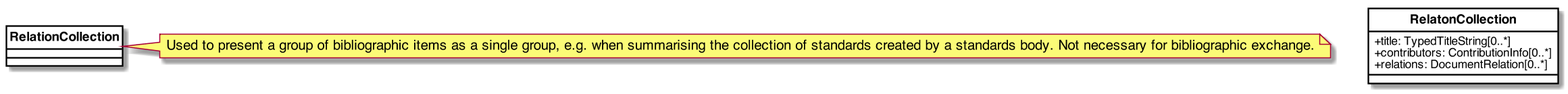
Before: images/RelBib_Collection.png, a diagram exported from PlantUML (relaton/relaton-models).
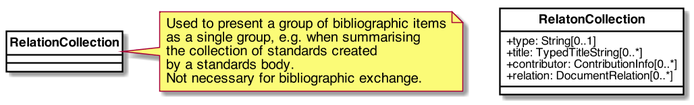
After the commit.

Diff of the diagram source:
```diff
@@ -42,12 +42,13 @@
 
 
 class RelatonCollection {
+    +type: String[0..1]
     +title: TypedTitleString[0..*]
-    +contributors: ContributionInfo[0..*]
-    +relations: DocumentRelation[0..*]
+    +contributor: ContributionInfo[0..*]
+    +relation: DocumentRelation[0..*]
 }
 
-note right of RelationCollection: Used to present a group of bibliographic items as a single group, e.g. when summarising the collection of standards created by a standards body. Not necessary for bibliographic exchange.
+note right of RelationCollection: Used to present a group of bibliographic items\nas a single group, e.g. when summarising\nthe collection of standards created\nby a standards body.\nNot necessary for bibliographic exchange.
 
 
 
```
